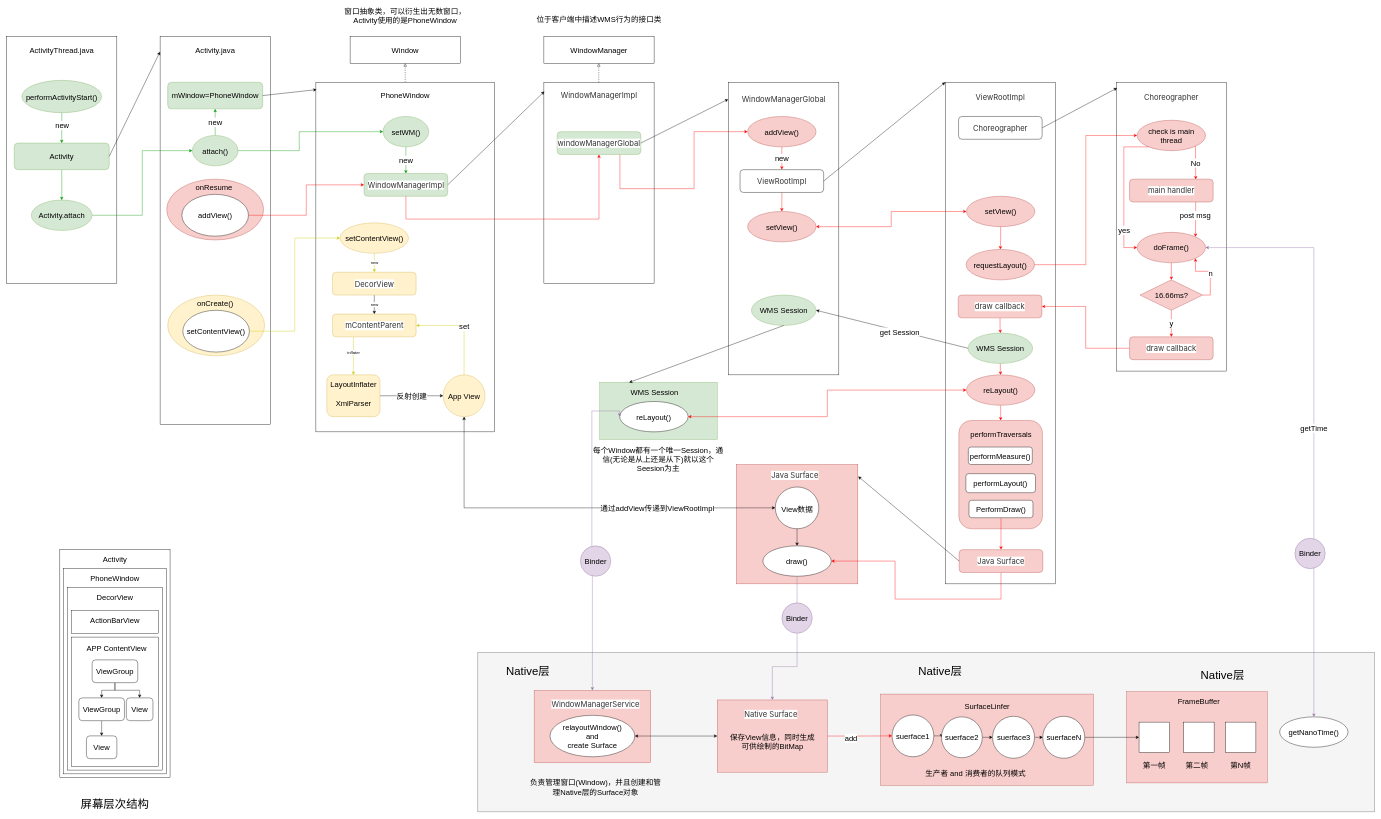
LongerLonge/jormun_drawio_repo keeps this draw.io diagram as my_wms.drawio. Above is the earlier version. Source tidied: cells renumbered, new cells numbered last; positions are measured from the earlier drawing's top-left corner, leaving out a move shared by most shapes. Both pictures are drawn from the tidied source at 38%, with x=0, y=0 at pixel (6, 10).
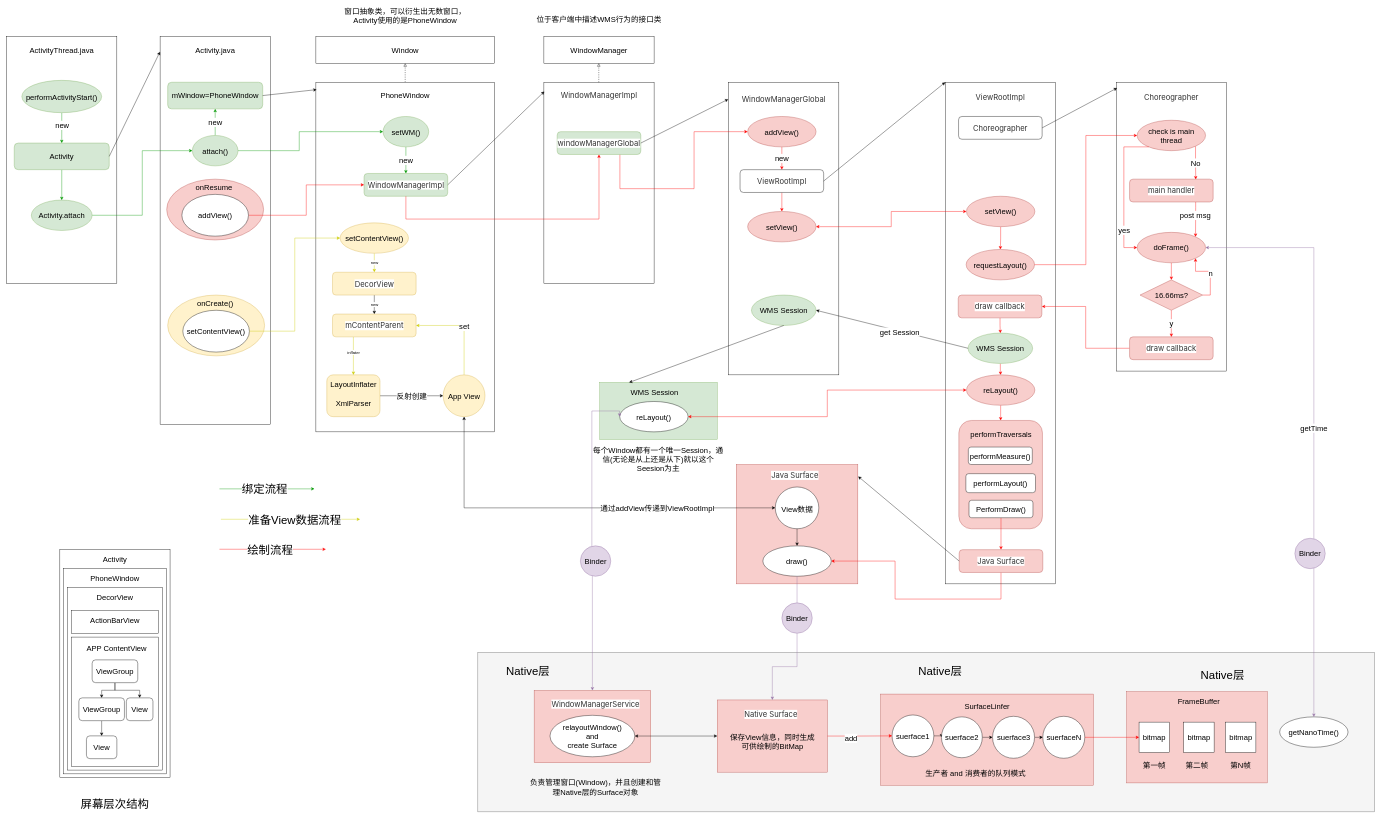
The same diagram, later.

Unchanged cells that the change refers to:
```xml
<mxCell id="168" value="&lt;span style=&quot;&quot;&gt;suerfaceN&lt;/span&gt;" style="ellipse;whiteSpace=wrap;html=1;fontSize=20;" parent="1" vertex="1">
  <mxGeometry x="2726.7" y="1858.5" width="110.5" height="110.5" as="geometry" />
</mxCell>
```

Diff of the diagram source:
```diff
@@
     <mxCell id="9" style="rounded=0;whiteSpace=wrap;html=1;fontSize=20;" parent="1" vertex="1">
-      <mxGeometry x="903.8" y="70" width="290" height="70" as="geometry" />
+      <mxGeometry x="813.8" y="70" width="470" height="70" as="geometry" />
     </mxCell>
@@
-    <mxCell id="174" style="whiteSpace=wrap;html=1;fontSize=20;" parent="1" vertex="1">
+    <mxCell id="174" value="&lt;span style=&quot;&quot;&gt;bitmap&lt;/span&gt;" style="whiteSpace=wrap;html=1;fontSize=20;" parent="1" vertex="1">
       <mxGeometry x="3097.5" y="1873.8" width="80" height="80" as="geometry" />
     </mxCell>
-    <mxCell id="175" style="whiteSpace=wrap;html=1;fontSize=20;" parent="1" vertex="1">
+    <mxCell id="175" value="&lt;span style=&quot;&quot;&gt;bitmap&lt;/span&gt;" style="whiteSpace=wrap;html=1;fontSize=20;" parent="1" vertex="1">
       <mxGeometry x="3207.5" y="1873.8" width="80" height="80" as="geometry" />
     </mxCell>
-    <mxCell id="176" style="whiteSpace=wrap;html=1;fontSize=20;" parent="1" vertex="1">
+    <mxCell id="176" value="bitmap" style="whiteSpace=wrap;html=1;fontSize=20;" parent="1" vertex="1">
       <mxGeometry x="2980" y="1873.8" width="80" height="80" as="geometry" />
     </mxCell>
-    <mxCell id="177" style="edgeStyle=orthogonalEdgeStyle;rounded=0;jettySize=auto;html=1;entryX=0;entryY=0.5;entryDx=0;entryDy=0;fontSize=20;startArrow=none;startFill=0;endArrow=classic;endFill=1;strokeColor=#000000;" parent="1" edge="1" source="168" target="176">
+    <mxCell id="177" style="edgeStyle=orthogonalEdgeStyle;rounded=0;jettySize=auto;html=1;entryX=0;entryY=0.5;entryDx=0;entryDy=0;fontSize=20;startArrow=none;startFill=0;endArrow=classic;endFill=1;strokeColor=#FF0000;" parent="1" edge="1" source="168" target="176">
       <mxGeometry relative="1" as="geometry" />
     </mxCell>
@@
+    <mxCell id="184" style="endArrow=classic;html=1;rounded=0;fontSize=20;strokeColor=#FF0000;" parent="1" edge="1">
+      <mxGeometry relative="1" as="geometry">
+        <mxPoint x="560" y="1418.9" as="sourcePoint" />
+        <mxPoint x="840" y="1419" as="targetPoint" />
+      </mxGeometry>
+    </mxCell>
+    <mxCell id="185" value="&lt;font style=&quot;font-size: 30px;&quot;&gt;绘制流程&lt;/font&gt;" style="edgeLabel;html=1;align=center;verticalAlign=middle;fontSize=20;" parent="184" vertex="1">
+      <mxGeometry x="0.33" y="-1" relative="1" as="geometry">
+        <mxPoint x="-53" as="offset" />
+      </mxGeometry>
+    </mxCell>
+    <mxCell id="186" style="endArrow=classic;html=1;rounded=0;fontSize=20;strokeColor=#009900;" parent="1" edge="1">
+      <mxGeometry relative="1" as="geometry">
+        <mxPoint x="560" y="1260" as="sourcePoint" />
+        <mxPoint x="810" y="1260" as="targetPoint" />
+      </mxGeometry>
+    </mxCell>
+    <mxCell id="187" value="&lt;font style=&quot;font-size: 30px;&quot;&gt;绑定流程&lt;/font&gt;" style="edgeLabel;html=1;align=center;verticalAlign=middle;fontSize=20;" parent="186" vertex="1">
+      <mxGeometry x="0.33" y="-1" relative="1" as="geometry">
+        <mxPoint x="-48" y="-1" as="offset" />
+      </mxGeometry>
+    </mxCell>
+    <mxCell id="188" style="endArrow=classic;html=1;rounded=0;fontSize=20;strokeColor=#CCCC00;" parent="1" edge="1">
+      <mxGeometry relative="1" as="geometry">
+        <mxPoint x="563.8" y="1340" as="sourcePoint" />
+        <mxPoint x="930" y="1340" as="targetPoint" />
+      </mxGeometry>
+    </mxCell>
+    <mxCell id="189" value="&lt;font style=&quot;font-size: 30px;&quot;&gt;准备View数据流程&lt;/font&gt;" style="edgeLabel;html=1;align=center;verticalAlign=middle;fontSize=20;" parent="188" vertex="1">
+      <mxGeometry x="0.33" y="-1" relative="1" as="geometry">
+        <mxPoint x="-50" y="-1" as="offset" />
+      </mxGeometry>
+    </mxCell>
```
